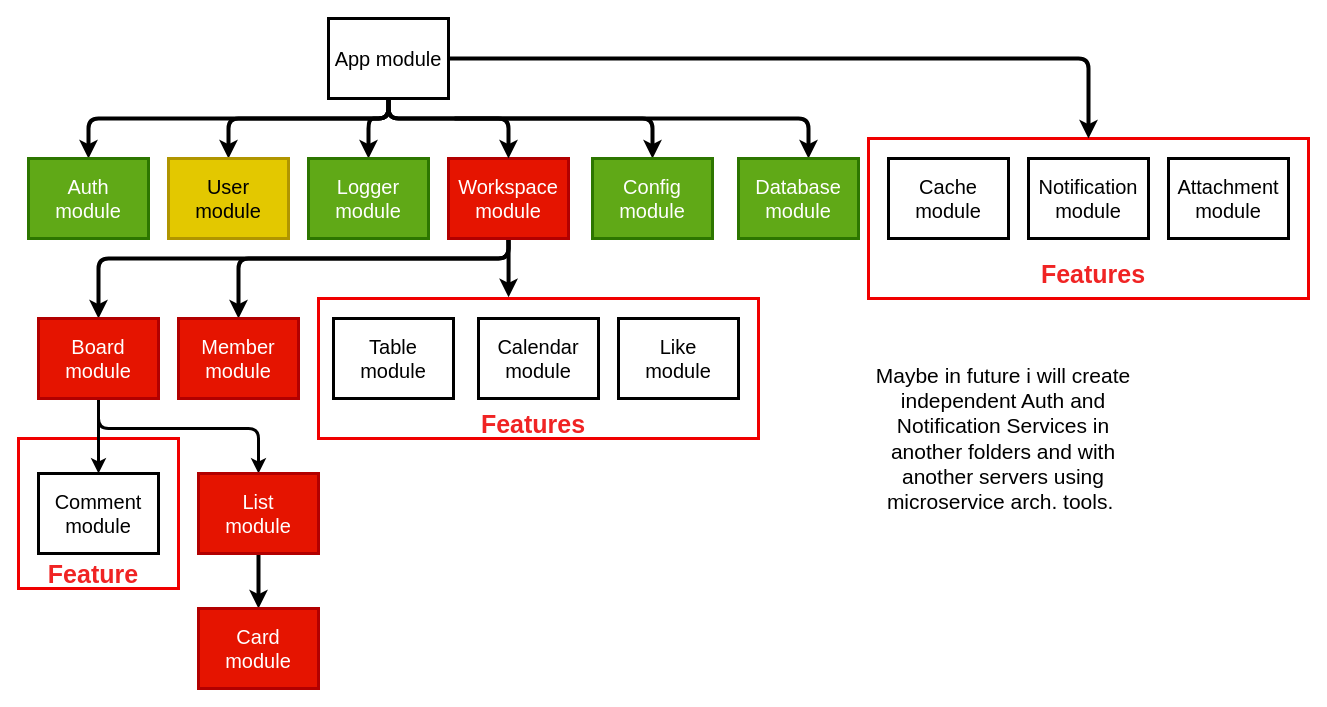
This is page "BACKEND" (2 of 3) of project.drawio from Neodast/Tasky, a draw.io file, before an edit. Source tidied: cells renumbered, new cells numbered last; positions are measured from the earlier drawing's top-left corner, leaving out a move shared by most shapes. Both pictures are drawn from the tidied source at 100%, with x=0, y=0 at pixel (18, 18).
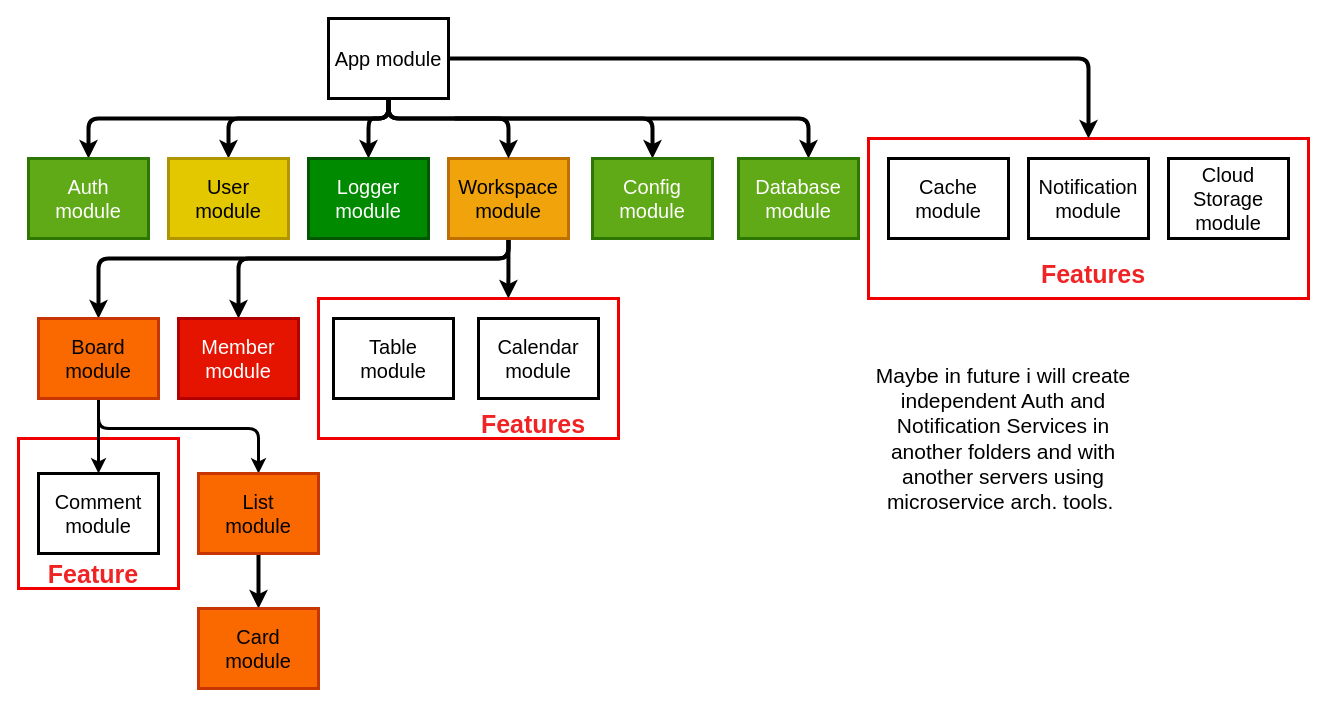
The same diagram, later.

The edit, as a diff of the source:
```diff
@@
     <mxCell id="3" style="rounded=0;whiteSpace=wrap;html=1;strokeWidth=3;fillColor=none;strokeColor=#F00000;" parent="1" vertex="1">
-      <mxGeometry x="300" y="280" width="440" height="140" as="geometry" />
+      <mxGeometry x="300" y="280" width="300" height="140" as="geometry" />
     </mxCell>
@@
-    <mxCell id="7" style="html=1;strokeWidth=4;fontSize=20;startArrow=none;startFill=0;endArrow=classic;endFill=1;entryX=0.432;entryY=-0.009;entryDx=0;entryDy=0;entryPerimeter=0;" parent="1" edge="1" source="8" target="3">
+    <mxCell id="7" style="html=1;strokeWidth=4;fontSize=20;startArrow=none;startFill=0;endArrow=classic;endFill=1;entryX=0.633;entryY=0;entryDx=0;entryDy=0;entryPerimeter=0;" parent="1" edge="1" source="8" target="3">
       <mxGeometry relative="1" as="geometry" />
     </mxCell>
-    <mxCell id="8" value="Workspace module" style="rounded=0;whiteSpace=wrap;html=1;fontSize=20;horizontal=1;strokeWidth=3;fillColor=#e51400;fontColor=#ffffff;strokeColor=#B20000;" parent="1" vertex="1">
+    <mxCell id="8" value="Workspace module" style="rounded=0;whiteSpace=wrap;html=1;fontSize=20;horizontal=1;strokeWidth=3;fillColor=#f0a30a;fontColor=#000000;strokeColor=#BD7000;" parent="1" vertex="1">
       <mxGeometry x="430" y="140" width="120" height="80" as="geometry" />
     </mxCell>
@@
-    <mxCell id="19" value="Board&lt;br&gt;module" style="rounded=0;whiteSpace=wrap;html=1;fontSize=20;horizontal=1;strokeWidth=3;fillColor=#e51400;fontColor=#ffffff;strokeColor=#B20000;" parent="1" vertex="1">
+    <mxCell id="19" value="Board&lt;br&gt;module" style="rounded=0;whiteSpace=wrap;html=1;fontSize=20;horizontal=1;strokeWidth=3;fillColor=#fa6800;fontColor=#000000;strokeColor=#C73500;" parent="1" vertex="1">
       <mxGeometry x="20" y="300" width="120" height="80" as="geometry" />
     </mxCell>
@@
-    <mxCell id="22" value="List&lt;br&gt;module" style="rounded=0;whiteSpace=wrap;html=1;fontSize=20;horizontal=1;strokeWidth=3;fillColor=#e51400;fontColor=#ffffff;strokeColor=#B20000;" parent="1" vertex="1">
+    <mxCell id="22" value="List&lt;br&gt;module" style="rounded=0;whiteSpace=wrap;html=1;fontSize=20;horizontal=1;strokeWidth=3;fillColor=#fa6800;fontColor=#000000;strokeColor=#C73500;" parent="1" vertex="1">
       <mxGeometry x="180" y="455" width="120" height="80" as="geometry" />
     </mxCell>
@@
-    <mxCell id="27" value="Logger&lt;br&gt;module" style="rounded=0;whiteSpace=wrap;html=1;fontSize=20;horizontal=1;strokeWidth=3;fillColor=#60a917;fontColor=#ffffff;strokeColor=#2D7600;" parent="1" vertex="1">
+    <mxCell id="27" value="Logger&lt;br&gt;module" style="rounded=0;whiteSpace=wrap;html=1;fontSize=20;horizontal=1;strokeWidth=3;fillColor=#008a00;fontColor=#ffffff;strokeColor=#005700;" parent="1" vertex="1">
       <mxGeometry x="290" y="140" width="120" height="80" as="geometry" />
     </mxCell>
@@
-    <mxCell id="33" value="Like&lt;br&gt;module" style="rounded=0;whiteSpace=wrap;html=1;fontSize=20;horizontal=1;strokeWidth=3;" parent="1" vertex="1">
-      <mxGeometry x="600" y="300" width="120" height="80" as="geometry" />
-    </mxCell>
@@
-    <mxCell id="36" value="Attachment&lt;br&gt;module" style="rounded=0;whiteSpace=wrap;html=1;fontSize=20;horizontal=1;strokeWidth=3;" parent="1" vertex="1">
+    <mxCell id="36" value="Cloud Storage&lt;br&gt;module" style="rounded=0;whiteSpace=wrap;html=1;fontSize=20;horizontal=1;strokeWidth=3;" parent="1" vertex="1">
       <mxGeometry x="1150" y="140" width="120" height="80" as="geometry" />
     </mxCell>
-    <mxCell id="37" value="Card&lt;br&gt;module" style="rounded=0;whiteSpace=wrap;html=1;fontSize=20;horizontal=1;strokeWidth=3;fillColor=#e51400;fontColor=#ffffff;strokeColor=#B20000;" parent="1" vertex="1">
+    <mxCell id="37" value="Card&lt;br&gt;module" style="rounded=0;whiteSpace=wrap;html=1;fontSize=20;horizontal=1;strokeWidth=3;fillColor=#fa6800;fontColor=#000000;strokeColor=#C73500;" parent="1" vertex="1">
       <mxGeometry x="180" y="590" width="120" height="80" as="geometry" />
     </mxCell>
```
